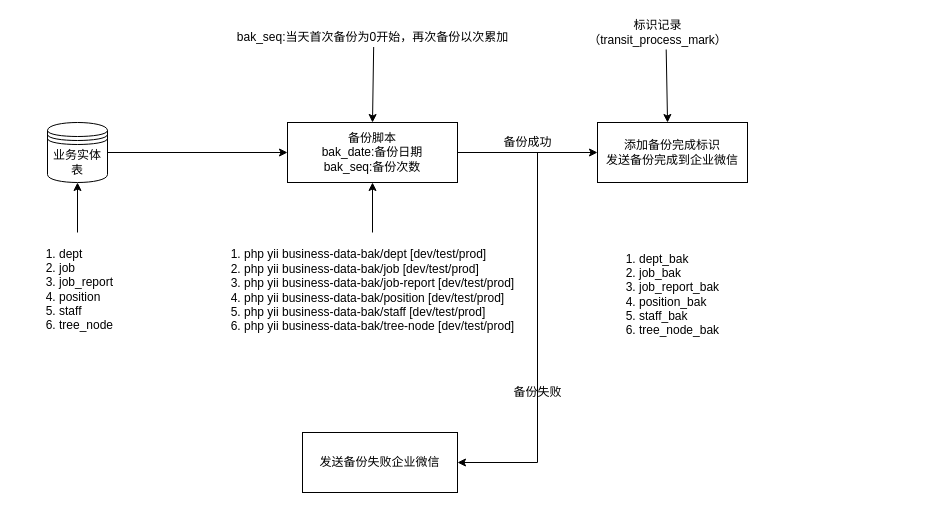
Earlier version of the draw.io diagram page "切片备份" (1 of 3) of OD-流程图.drawio (wuhialin/flow-chart). Source tidied: cells renumbered, new cells numbered last; positions are measured from the earlier drawing's top-left corner, leaving out a move shared by most shapes. Both pictures are drawn from the tidied source at 100%, with x=0, y=0 at pixel (17, 17).
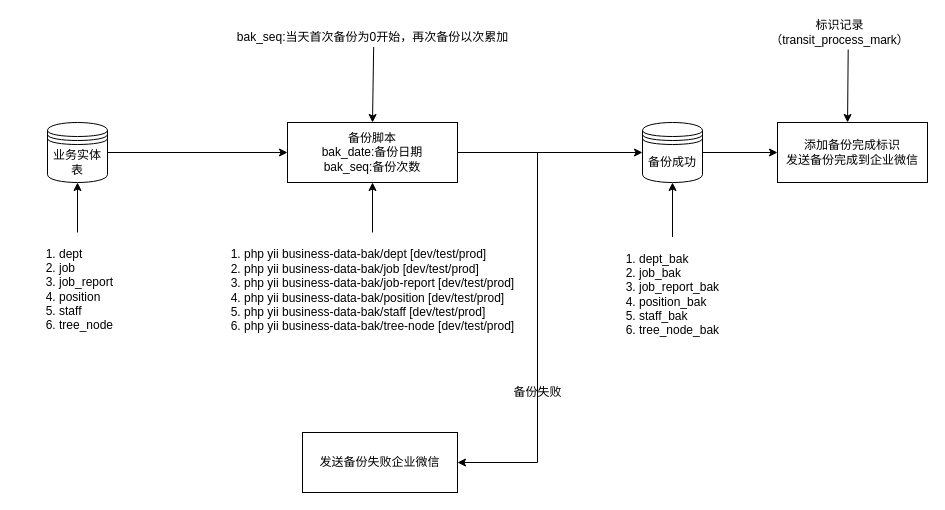
The same diagram, later.

The change refers to these unchanged cells:
```xml
<mxCell id="8" value="备份脚本&lt;br&gt;bak_date:备份日期&lt;br&gt;bak_seq:备份次数" style="rounded=0;whiteSpace=wrap;html=1;" parent="1" vertex="1">
  <mxGeometry x="270" y="105" width="170" height="60" as="geometry" />
</mxCell>
<mxCell id="12" value="&lt;ol&gt;&lt;li&gt;dept_bak&lt;br&gt;&lt;/li&gt;&lt;li&gt;job_bak&lt;br&gt;&lt;/li&gt;&lt;li&gt;job_report_bak&lt;br&gt;&lt;/li&gt;&lt;li&gt;position_bak&lt;br&gt;&lt;/li&gt;&lt;li&gt;staff_bak&lt;br&gt;&lt;/li&gt;&lt;li&gt;tree_node_bak&lt;br&gt;&lt;/li&gt;&lt;/ol&gt;" style="text;strokeColor=none;fillColor=none;html=1;whiteSpace=wrap;verticalAlign=middle;overflow=hidden;" parent="1" vertex="1">
  <mxGeometry x="580" y="219.5" width="150" height="106" as="geometry" />
</mxCell>
```

What changed in the source:
```diff
@@
-    <mxCell id="6" style="edgeStyle=orthogonalEdgeStyle;rounded=0;jettySize=auto;html=1;exitX=1;exitY=0.5;exitDx=0;exitDy=0;" parent="1" edge="1" source="8" target="11">
+    <mxCell id="6" style="edgeStyle=orthogonalEdgeStyle;rounded=0;jettySize=auto;html=1;exitX=1;exitY=0.5;exitDx=0;exitDy=0;entryX=0;entryY=0.5;entryDx=0;entryDy=0;" parent="1" edge="1" source="8" target="14">
       <mxGeometry relative="1" as="geometry" />
     </mxCell>
@@
     <mxCell id="11" value="添加备份完成标识&lt;br&gt;发送备份完成到企业微信" style="rounded=0;whiteSpace=wrap;html=1;" parent="1" vertex="1">
-      <mxGeometry x="580" y="105" width="150" height="60" as="geometry" />
+      <mxGeometry x="760" y="105" width="150" height="60" as="geometry" />
     </mxCell>
+    <mxCell id="20" style="edgeStyle=orthogonalEdgeStyle;rounded=0;jettySize=auto;html=1;exitX=0.5;exitY=0;exitDx=0;exitDy=0;entryX=0.5;entryY=1;entryDx=0;entryDy=0;" parent="1" edge="1" source="12" target="14">
+      <mxGeometry relative="1" as="geometry" />
+    </mxCell>
@@
     <mxCell id="13" value="标识记录&lt;br&gt;（transit_process_mark）" style="text;html=1;align=center;verticalAlign=middle;points=[];" parent="1" vertex="1">
-      <mxGeometry x="565" width="150" height="30" as="geometry" />
+      <mxGeometry x="747" width="150" height="30" as="geometry" />
     </mxCell>
-    <mxCell id="14" value="备份成功" style="text;html=1;align=center;verticalAlign=middle;points=[];" parent="1" vertex="1">
-      <mxGeometry x="480" y="115" width="60" height="20" as="geometry" />
-    </mxCell>
@@
+    <mxCell id="21" style="edgeStyle=orthogonalEdgeStyle;rounded=0;jettySize=auto;html=1;exitX=1;exitY=0.5;exitDx=0;exitDy=0;entryX=0;entryY=0.5;entryDx=0;entryDy=0;" parent="1" edge="1" source="14" target="11">
+      <mxGeometry relative="1" as="geometry" />
+    </mxCell>
+    <mxCell id="14" value="备份成功" style="shape=datastore;whiteSpace=wrap;html=1;" parent="1" vertex="1">
+      <mxGeometry x="625" y="105" width="60" height="60" as="geometry" />
+    </mxCell>
```
